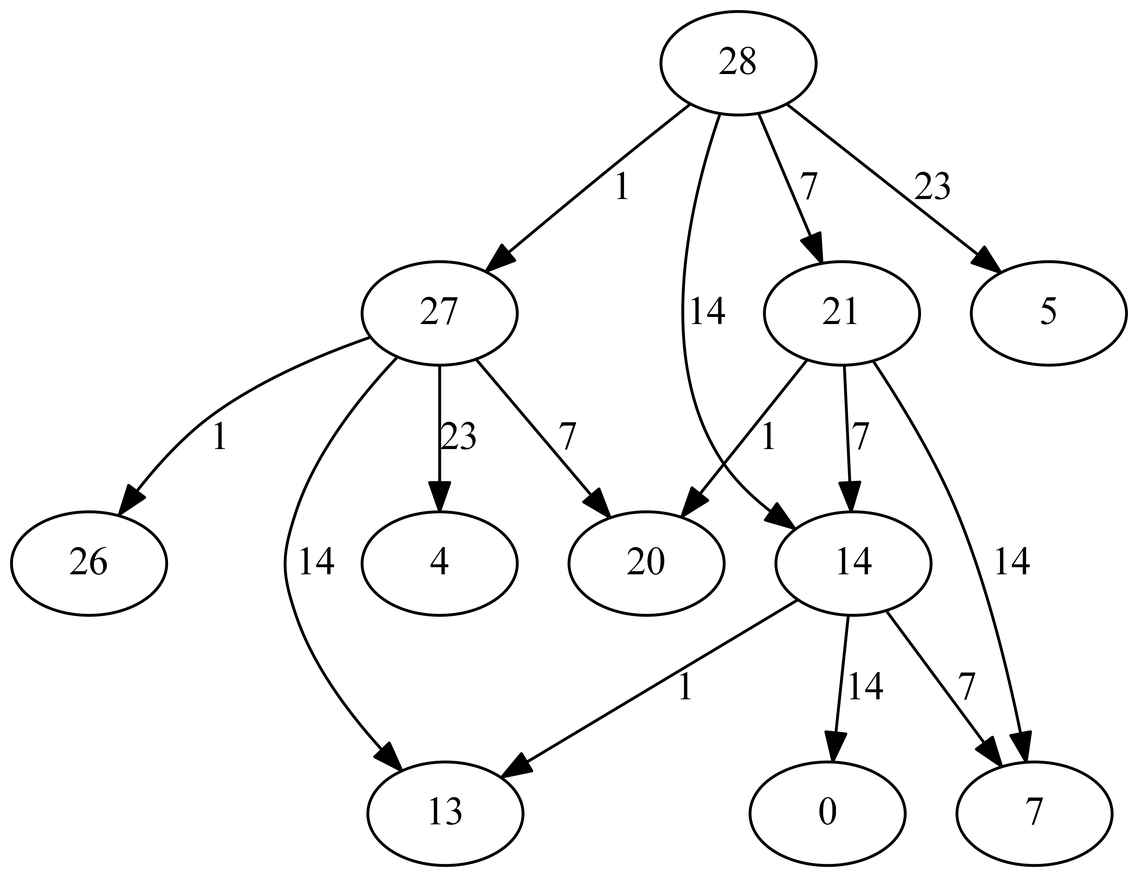
Before: Arbre.gv.png, a diagram exported from Graphviz (alexis-delorme/TD4Rendu). Its source is kept beside it as Arbre.gv.
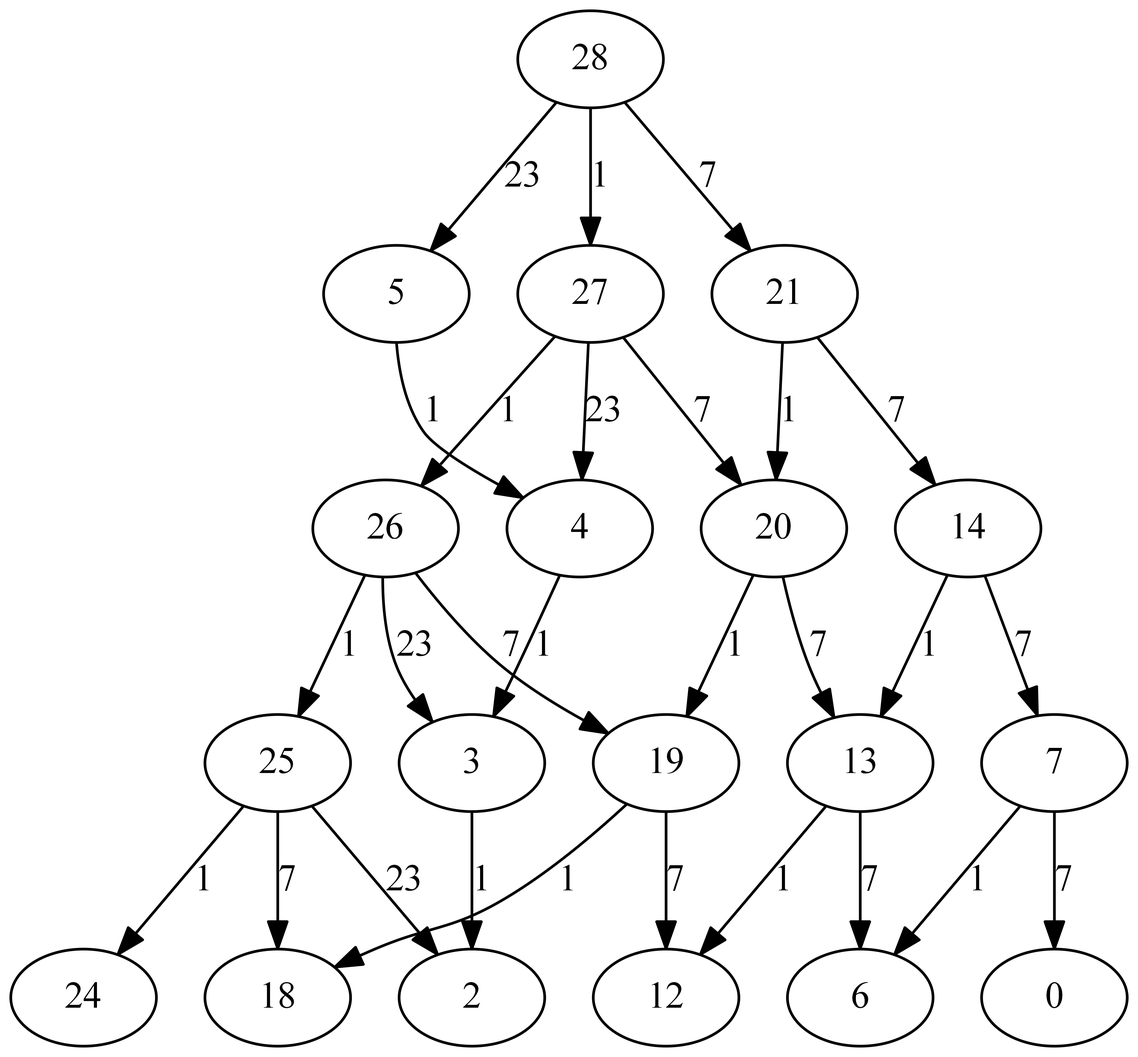
The same diagram one commit later.

What changed in the source:
```diff
@@ -2,16 +2,29 @@
 	size="50,50!"
 	28 -> 27 [label=1]
 	28 -> 21 [label=7]
-	28 -> 14 [label=14]
-	21 -> 14 [label=7]
 	28 -> 5 [label=23]
 	27 -> 26 [label=1]
 	27 -> 20 [label=7]
 	21 -> 20 [label=1]
-	27 -> 13 [label=14]
+	27 -> 4 [label=23]
+	5 -> 4 [label=1]
+	21 -> 14 [label=7]
+	26 -> 25 [label=1]
+	26 -> 19 [label=7]
+	20 -> 19 [label=1]
+	26 -> 3 [label=23]
+	4 -> 3 [label=1]
+	20 -> 13 [label=7]
 	14 -> 13 [label=1]
-	27 -> 4 [label=23]
-	21 -> 7 [label=14]
 	14 -> 7 [label=7]
-	14 -> 0 [label=14]
+	25 -> 24 [label=1]
+	25 -> 18 [label=7]
+	19 -> 18 [label=1]
+	25 -> 2 [label=23]
+	3 -> 2 [label=1]
+	19 -> 12 [label=7]
+	13 -> 12 [label=1]
+	13 -> 6 [label=7]
+	7 -> 6 [label=1]
+	7 -> 0 [label=7]
 }
```
